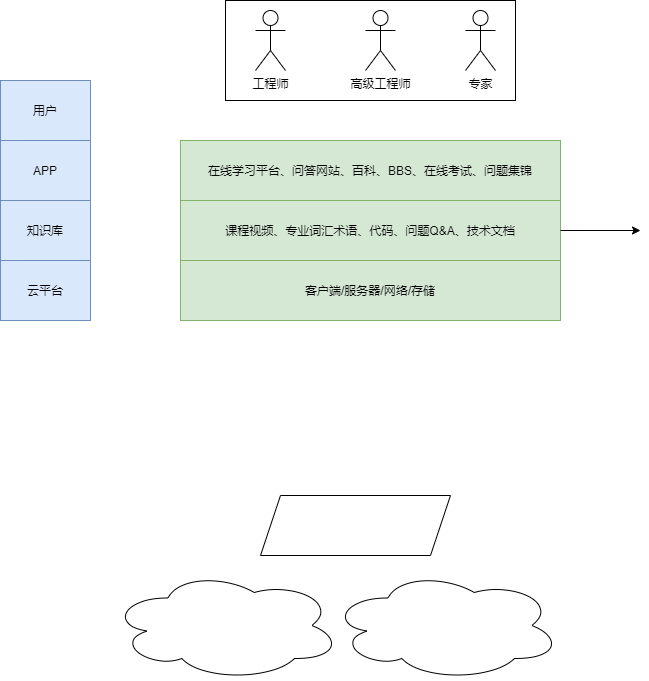
Above: 高安全性软件.png in luomoweilan/draw (draw.io), before the change. Source tidied: cells renumbered, new cells last; positions are measured from the earlier drawing's top-left corner, leaving out a move shared by most shapes.
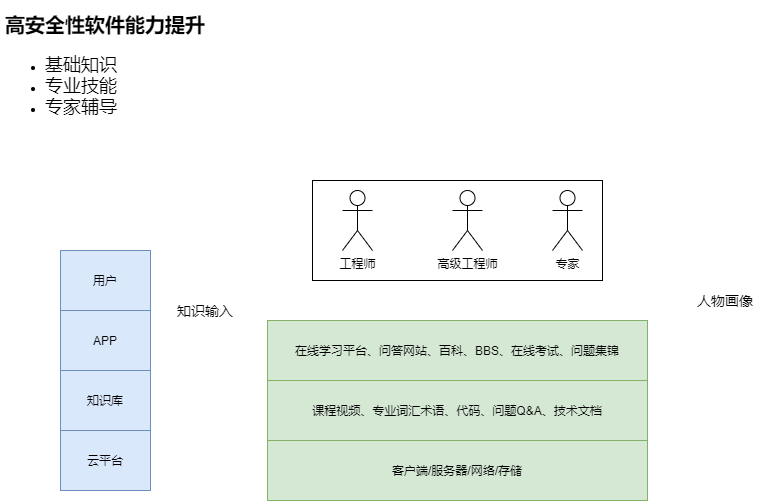
The same file after the commit.

Commit message:
更新高安全性软件.png

What changed in the source:
```diff
@@ -6,13 +6,13 @@
       <mxGeometry x="225" width="290" height="100" as="geometry" />
     </mxCell>
     <mxCell id="3" value="云平台" style="rounded=0;whiteSpace=wrap;html=1;fillColor=#dae8fc;strokeColor=#6c8ebf;" parent="1" vertex="1">
-      <mxGeometry y="260" width="90" height="60" as="geometry" />
+      <mxGeometry x="-27" y="250" width="90" height="60" as="geometry" />
     </mxCell>
     <mxCell id="4" value="知识库" style="rounded=0;whiteSpace=wrap;html=1;fillColor=#dae8fc;strokeColor=#6c8ebf;" parent="1" vertex="1">
-      <mxGeometry y="200" width="90" height="60" as="geometry" />
+      <mxGeometry x="-27" y="190" width="90" height="60" as="geometry" />
     </mxCell>
     <mxCell id="5" value="APP" style="rounded=0;whiteSpace=wrap;html=1;fillColor=#dae8fc;strokeColor=#6c8ebf;" parent="1" vertex="1">
-      <mxGeometry y="140" width="90" height="60" as="geometry" />
+      <mxGeometry x="-27" y="130" width="90" height="60" as="geometry" />
     </mxCell>
     <mxCell id="6" value="客户端/服务器/网络/存储" style="rounded=0;whiteSpace=wrap;html=1;fillColor=#d5e8d4;strokeColor=#82b366;" parent="1" vertex="1">
       <mxGeometry x="180" y="260" width="380" height="60" as="geometry" />
@@ -23,20 +23,6 @@
     <mxCell id="8" value="在线学习平台、问答网站、百科、BBS、在线考试、问题集锦" style="rounded=0;whiteSpace=wrap;html=1;fillColor=#d5e8d4;strokeColor=#82b366;" parent="1" vertex="1">
       <mxGeometry x="180" y="140" width="380" height="60" as="geometry" />
     </mxCell>
-    <mxCell id="9" style="ellipse;shape=cloud;whiteSpace=wrap;html=1;" parent="1" vertex="1">
-      <mxGeometry x="330" y="570" width="230" height="110" as="geometry" />
-    </mxCell>
-    <mxCell id="10" style="ellipse;shape=cloud;whiteSpace=wrap;html=1;" parent="1" vertex="1">
-      <mxGeometry x="110" y="570" width="230" height="110" as="geometry" />
-    </mxCell>
-    <mxCell id="11" style="shape=parallelogram;perimeter=parallelogramPerimeter;whiteSpace=wrap;html=1;fixedSize=1;" parent="1" vertex="1">
-      <mxGeometry x="260" y="495" width="190" height="60" as="geometry" />
-    </mxCell>
-    <mxCell id="12" style="endArrow=classic;html=1;exitX=1;exitY=0.5;exitDx=0;exitDy=0;" parent="1" edge="1" source="7">
-      <mxGeometry relative="1" as="geometry">
-        <mxPoint x="640" y="230" as="targetPoint" />
-      </mxGeometry>
-    </mxCell>
     <mxCell id="13" value="工程师" style="shape=umlActor;verticalLabelPosition=bottom;verticalAlign=top;html=1;" parent="1" vertex="1">
       <mxGeometry x="255" y="10" width="30" height="60" as="geometry" />
     </mxCell>
@@ -47,7 +33,16 @@
       <mxGeometry x="465" y="10" width="30" height="60" as="geometry" />
     </mxCell>
     <mxCell id="16" value="用户" style="rounded=0;whiteSpace=wrap;html=1;fillColor=#dae8fc;strokeColor=#6c8ebf;" parent="1" vertex="1">
-      <mxGeometry y="80" width="90" height="60" as="geometry" />
+      <mxGeometry x="-27" y="70" width="90" height="60" as="geometry" />
     </mxCell>
+    <mxCell id="17" value="&lt;font style=&quot;font-size: 14px&quot;&gt;人物画像&lt;/font&gt;" style="text;html=1;strokeColor=none;fillColor=none;align=center;verticalAlign=middle;whiteSpace=wrap;rounded=0;" parent="1" vertex="1">
+      <mxGeometry x="603" y="110" width="70" height="20" as="geometry" />
+    </mxCell>
+    <mxCell id="18" value="&lt;h1 style=&quot;font-size: 20px&quot;&gt;&lt;font style=&quot;font-size: 20px&quot;&gt;高安全性软件能力提升&lt;/font&gt;&lt;/h1&gt;&lt;p style=&quot;font-size: 18px&quot;&gt;&lt;ul&gt;&lt;li&gt;&lt;font style=&quot;font-size: 18px&quot;&gt;基础知识&lt;/font&gt;&lt;/li&gt;&lt;li&gt;&lt;font style=&quot;font-size: 18px&quot;&gt;专业技能&lt;/font&gt;&lt;/li&gt;&lt;li&gt;&lt;font style=&quot;font-size: 18px&quot;&gt;专家辅导&lt;/font&gt;&lt;/li&gt;&lt;/ul&gt;&lt;/p&gt;" style="text;html=1;strokeColor=none;fillColor=none;spacing=5;spacingTop=-20;whiteSpace=wrap;overflow=hidden;rounded=0;" parent="1" vertex="1">
+      <mxGeometry x="-87" y="-170" width="220" height="140" as="geometry" />
+    </mxCell>
+    <mxCell id="19" value="&lt;font style=&quot;font-size: 14px&quot;&gt;知识输入&lt;/font&gt;" style="text;html=1;strokeColor=none;fillColor=none;align=center;verticalAlign=middle;whiteSpace=wrap;rounded=0;" parent="1" vertex="1">
+      <mxGeometry x="83" y="120" width="70" height="20" as="geometry" />
+    </mxCell>
   </root>
 </mxGraphModel>
```
